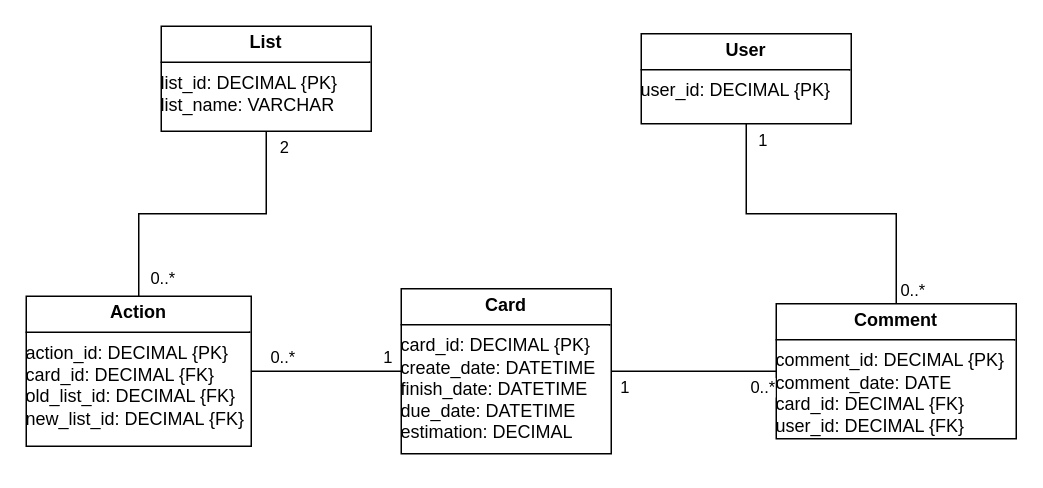
ychenwang/Trello-Powerup-Agile-yw keeps this draw.io diagram as dbconceptual.drawio. Above is the earlier version. Source tidied: cells renumbered, new cells numbered last; positions are measured from the earlier drawing's top-left corner, leaving out a move shared by most shapes. Both pictures are drawn from the tidied source at 150%, with x=0, y=0 at pixel (26, 26).
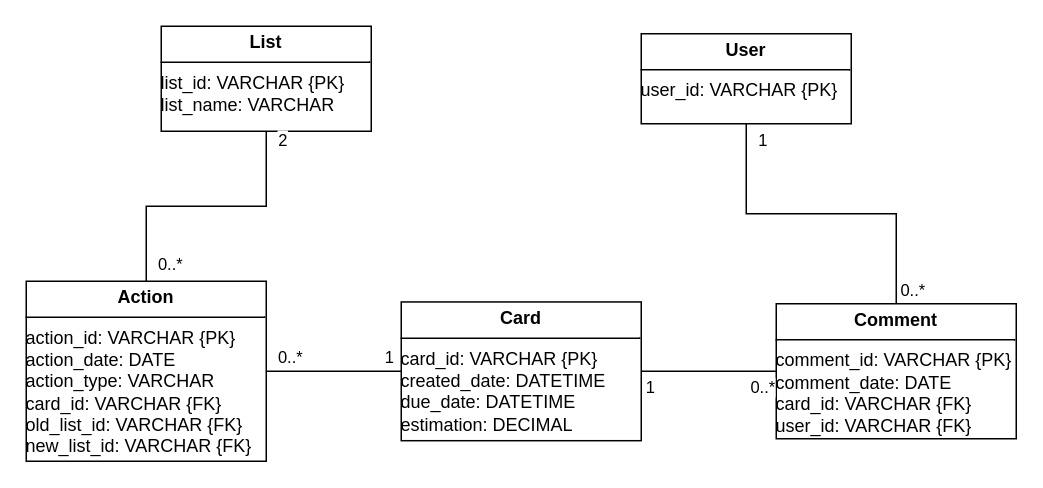
After the change.

What changed in the source:
```diff
@@
-    <mxCell id="2" value="&lt;p style=&quot;margin:0px;margin-top:4px;text-align:center;&quot;&gt;&lt;b&gt;Card&lt;/b&gt;&lt;/p&gt;&lt;hr size=&quot;1&quot; style=&quot;border-style:solid;&quot;&gt;&lt;div style=&quot;height:2px;&quot;&gt;card_id: DECIMAL {PK}&lt;br&gt;create_date: DATETIME&lt;br&gt;finish_date: DATETIME&lt;br&gt;due_date: DATETIME&lt;span style=&quot;white-space: pre;&quot;&gt;&#9;&lt;/span&gt;&lt;br&gt;estimation: DECIMAL&lt;br&gt;&lt;br&gt;&lt;/div&gt;&lt;div style=&quot;height:2px;&quot;&gt;&amp;nbsp;&lt;br&gt;&lt;br&gt;&lt;/div&gt;" style="verticalAlign=top;align=left;overflow=fill;html=1;whiteSpace=wrap;" parent="1" vertex="1">
-      <mxGeometry x="250" y="175" width="140" height="110" as="geometry" />
+    <mxCell id="2" value="&lt;p style=&quot;margin:0px;margin-top:4px;text-align:center;&quot;&gt;&lt;b&gt;Card&lt;/b&gt;&lt;/p&gt;&lt;hr size=&quot;1&quot; style=&quot;border-style:solid;&quot;&gt;&lt;div style=&quot;height:2px;&quot;&gt;card_id: VARCHAR&amp;nbsp;{PK}&lt;br&gt;created_date: DATETIME&lt;br&gt;due_date: DATETIME&lt;span style=&quot;white-space: pre;&quot;&gt;&#9;&lt;/span&gt;&lt;br&gt;estimation: DECIMAL&lt;br&gt;&lt;br&gt;&lt;/div&gt;&lt;div style=&quot;height:2px;&quot;&gt;&amp;nbsp;&lt;br&gt;&lt;br&gt;&lt;/div&gt;" style="verticalAlign=top;align=left;overflow=fill;html=1;whiteSpace=wrap;" parent="1" vertex="1">
+      <mxGeometry x="250" y="183.8" width="160" height="92.5" as="geometry" />
     </mxCell>
-    <mxCell id="3" value="&lt;p style=&quot;margin:0px;margin-top:4px;text-align:center;&quot;&gt;&lt;b&gt;Comment&lt;/b&gt;&lt;/p&gt;&lt;hr size=&quot;1&quot; style=&quot;border-style:solid;&quot;&gt;comment_id: DECIMAL {PK}&lt;br&gt;comment_date: DATE&lt;br&gt;card_id: DECIMAL {FK}&lt;br&gt;user_id: DECIMAL {FK}" style="verticalAlign=top;align=left;overflow=fill;html=1;whiteSpace=wrap;" parent="1" vertex="1">
+    <mxCell id="3" value="&lt;p style=&quot;margin:0px;margin-top:4px;text-align:center;&quot;&gt;&lt;b&gt;Comment&lt;/b&gt;&lt;/p&gt;&lt;hr size=&quot;1&quot; style=&quot;border-style:solid;&quot;&gt;comment_id: VARCHAR&amp;nbsp;{PK}&lt;br&gt;comment_date: DATE&lt;br&gt;card_id: VARCHAR&amp;nbsp;{FK}&lt;br&gt;user_id: VARCHAR&amp;nbsp;{FK}" style="verticalAlign=top;align=left;overflow=fill;html=1;whiteSpace=wrap;" parent="1" vertex="1">
       <mxGeometry x="500" y="185" width="160" height="90" as="geometry" />
     </mxCell>
-    <mxCell id="4" value="&lt;p style=&quot;margin:0px;margin-top:4px;text-align:center;&quot;&gt;&lt;b&gt;User&lt;/b&gt;&lt;/p&gt;&lt;hr size=&quot;1&quot; style=&quot;border-style:solid;&quot;&gt;user_id: DECIMAL {PK}" style="verticalAlign=top;align=left;overflow=fill;html=1;whiteSpace=wrap;" parent="1" vertex="1">
+    <mxCell id="4" value="&lt;p style=&quot;margin:0px;margin-top:4px;text-align:center;&quot;&gt;&lt;b&gt;User&lt;/b&gt;&lt;/p&gt;&lt;hr size=&quot;1&quot; style=&quot;border-style:solid;&quot;&gt;user_id: VARCHAR&amp;nbsp;{PK}" style="verticalAlign=top;align=left;overflow=fill;html=1;whiteSpace=wrap;" parent="1" vertex="1">
       <mxGeometry x="410" y="5" width="140" height="60" as="geometry" />
     </mxCell>
-    <mxCell id="5" value="&lt;p style=&quot;margin:0px;margin-top:4px;text-align:center;&quot;&gt;&lt;b&gt;List&lt;/b&gt;&lt;br&gt;&lt;/p&gt;&lt;hr size=&quot;1&quot; style=&quot;border-style:solid;&quot;&gt;list_id: DECIMAL {PK}&lt;br&gt;list_name: VARCHAR" style="verticalAlign=top;align=left;overflow=fill;html=1;whiteSpace=wrap;" parent="1" vertex="1">
+    <mxCell id="5" value="&lt;p style=&quot;margin:0px;margin-top:4px;text-align:center;&quot;&gt;&lt;b&gt;List&lt;/b&gt;&lt;br&gt;&lt;/p&gt;&lt;hr size=&quot;1&quot; style=&quot;border-style:solid;&quot;&gt;list_id: VARCHAR&amp;nbsp;{PK}&lt;br&gt;list_name: VARCHAR" style="verticalAlign=top;align=left;overflow=fill;html=1;whiteSpace=wrap;" parent="1" vertex="1">
       <mxGeometry x="90" width="140" height="70" as="geometry" />
     </mxCell>
-    <mxCell id="6" value="&lt;p style=&quot;margin:0px;margin-top:4px;text-align:center;&quot;&gt;&lt;b&gt;Action&lt;/b&gt;&lt;br&gt;&lt;/p&gt;&lt;hr size=&quot;1&quot; style=&quot;border-style:solid;&quot;&gt;action_id: DECIMAL {PK}&lt;br&gt;card_id: DECIMAL {FK}&lt;br&gt;old_list_id: DECIMAL {FK}&lt;br&gt;new_list_id: DECIMAL {FK}&lt;div&gt;&lt;br&gt;&lt;/div&gt;" style="verticalAlign=top;align=left;overflow=fill;html=1;whiteSpace=wrap;" parent="1" vertex="1">
-      <mxGeometry y="180" width="150" height="100" as="geometry" />
+    <mxCell id="6" value="&lt;p style=&quot;margin:0px;margin-top:4px;text-align:center;&quot;&gt;&lt;b&gt;Action&lt;/b&gt;&lt;br&gt;&lt;/p&gt;&lt;hr size=&quot;1&quot; style=&quot;border-style:solid;&quot;&gt;action_id: VARCHAR {PK}&lt;br&gt;action_date: DATE&lt;br&gt;action_type: VARCHAR&lt;br&gt;card_id: VARCHAR {FK}&lt;br&gt;old_list_id: VARCHAR&amp;nbsp;{FK}&lt;br&gt;new_list_id: VARCHAR&amp;nbsp;{FK}&lt;div&gt;&lt;br&gt;&lt;/div&gt;" style="verticalAlign=top;align=left;overflow=fill;html=1;whiteSpace=wrap;" parent="1" vertex="1">
+      <mxGeometry y="170" width="160" height="120" as="geometry" />
     </mxCell>
```
